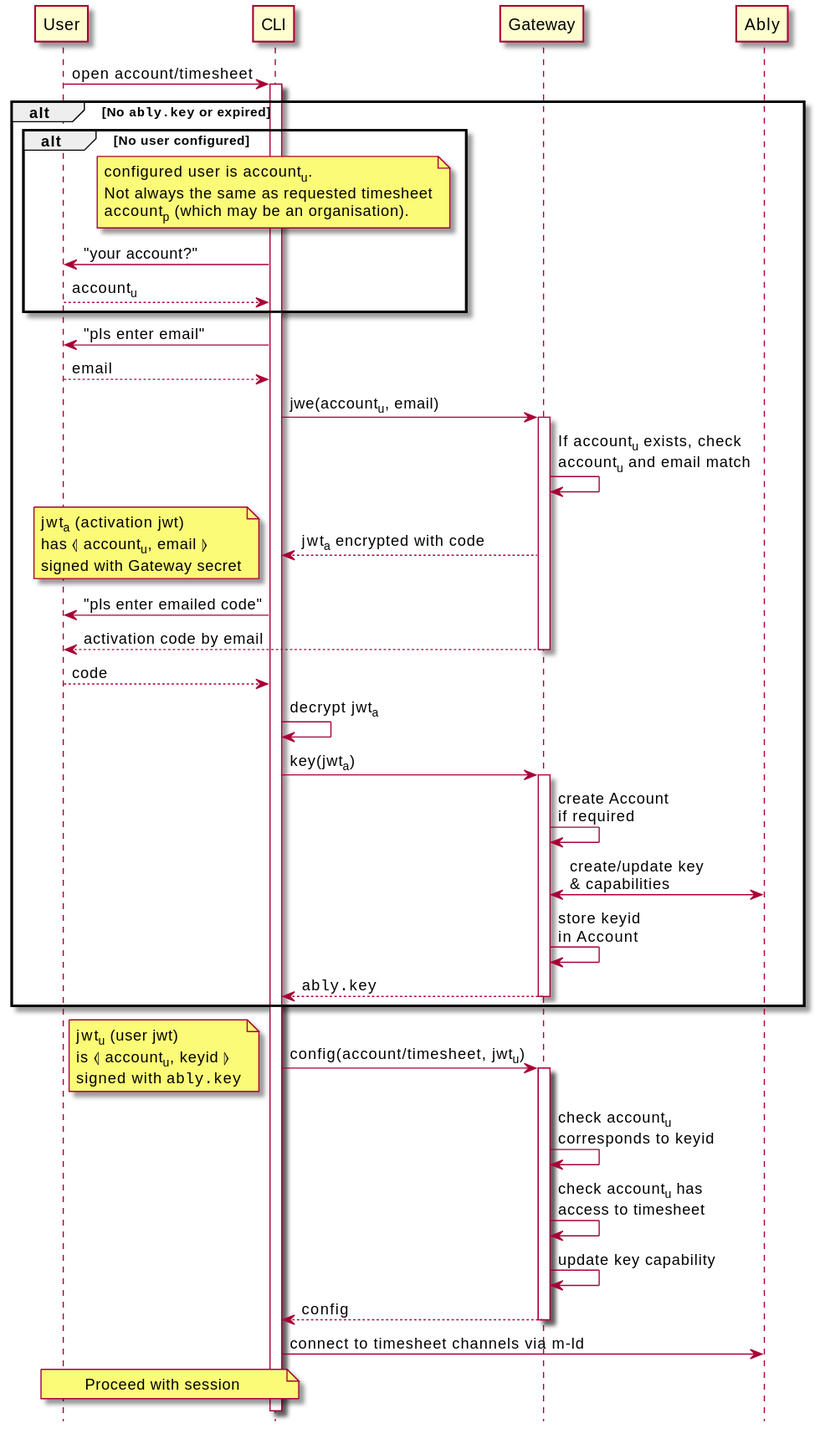
m-ld/timeld keeps this PlantUML diagram as architecture/security/img/register-cli.seq.svg. Above is the earlier version.
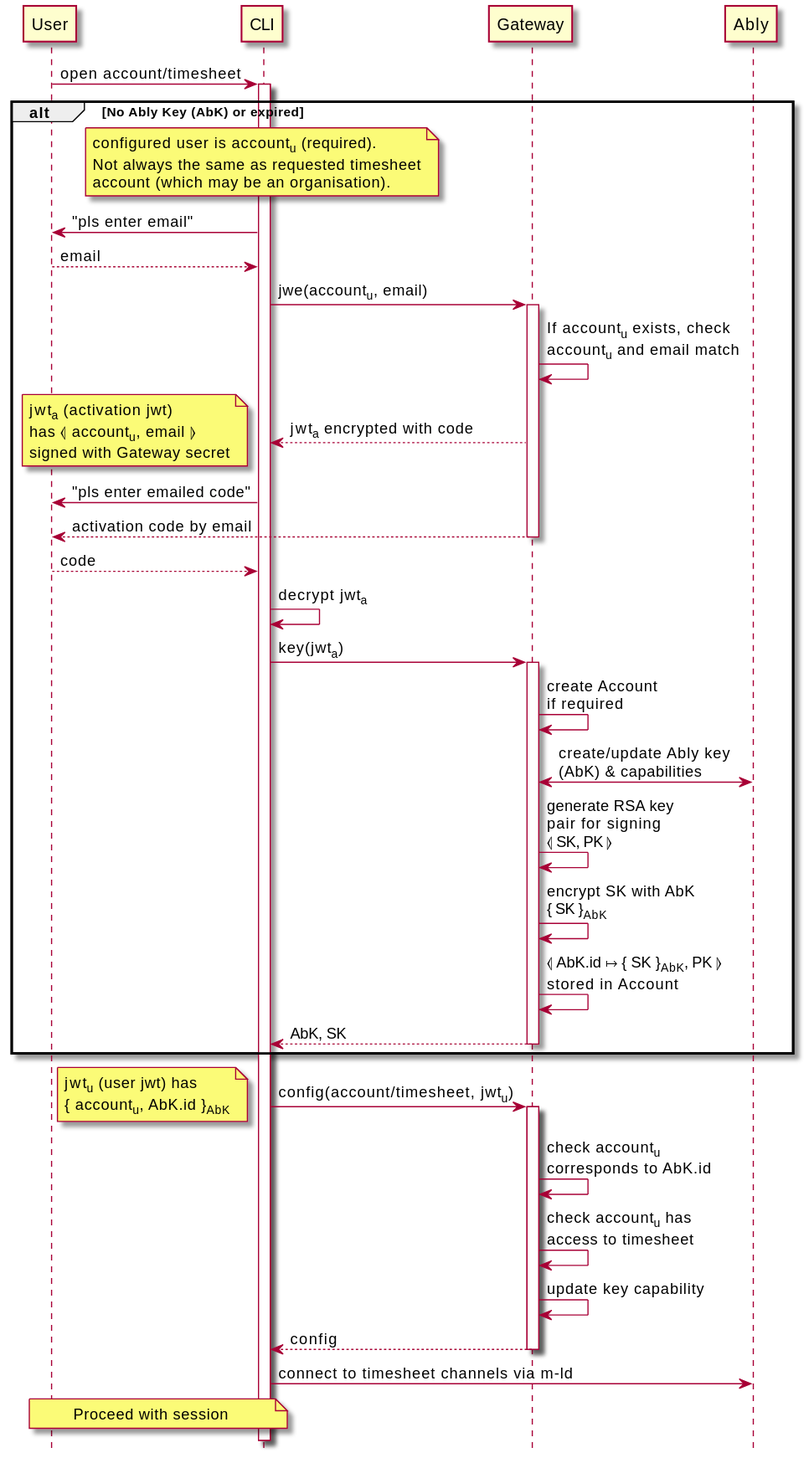
The same diagram one commit later.

Commit message:
Re-enabled PlantUML SVG output

Diff of the diagram source:
```diff
@@ -2,16 +2,12 @@
 hide footbox
 
 User -> CLI ++: open account/timesheet
-alt No ""ably.key"" or expired
-  alt No user configured
-    note over CLI
-      configured user is account<sub>u</sub>.
-      Not always the same as requested timesheet
-      account<sub>p</sub> (which may be an organisation).
-    end note
-    CLI -> User: "your account?"
-    User --> CLI: account<sub>u</sub>
-  end
+alt No Ably Key (AbK) or expired
+  note over CLI
+    configured user is account<sub>u</sub> (required).
+    Not always the same as requested timesheet
+    account (which may be an organisation).
+  end note
   CLI -> User: "pls enter email"
   User --> CLI: email
   CLI -> Gateway ++: jwe(account<sub>u</sub>, email)
@@ -28,19 +24,21 @@
   User --> CLI: code
   CLI -> CLI: decrypt jwt<sub>a</sub>
   CLI -> Gateway ++: key(jwt<sub>a</sub>)
+
   Gateway -> Gateway: create Account\nif required
-  Gateway <-> Ably: create/update key\n& capabilities
-  Gateway -> Gateway: store keyid\nin Account
-  return ""ably.key""
+  Gateway <-> Ably: create/update Ably key\n(AbK) & capabilities
+  Gateway -> Gateway: generate RSA key\npair for signing\n⦉ SK, PK ⦊
+  Gateway -> Gateway: encrypt SK with AbK\n{ SK }<sub>AbK</sub>
+  Gateway -> Gateway: ⦉ AbK.id ↦ { SK }<sub>AbK</sub>, PK ⦊\nstored in Account
+  return AbK, SK
 end
 
 CLI -> Gateway ++: config(account/timesheet, jwt<sub>u</sub>)
 note left
-  jwt<sub>u</sub> (user jwt)
-  is ⦉ account<sub>u</sub>, keyid ⦊
-  signed with ""ably.key""
+  jwt<sub>u</sub> (user jwt) has
+  { account<sub>u</sub>, AbK.id }<sub>AbK</sub>
 end note
-Gateway -> Gateway: check account<sub>u</sub>\ncorresponds to keyid
+Gateway -> Gateway: check account<sub>u</sub>\ncorresponds to AbK.id
 Gateway -> Gateway: check account<sub>u</sub> has\naccess to timesheet
 Gateway -> Gateway: update key capability
 return config
```
